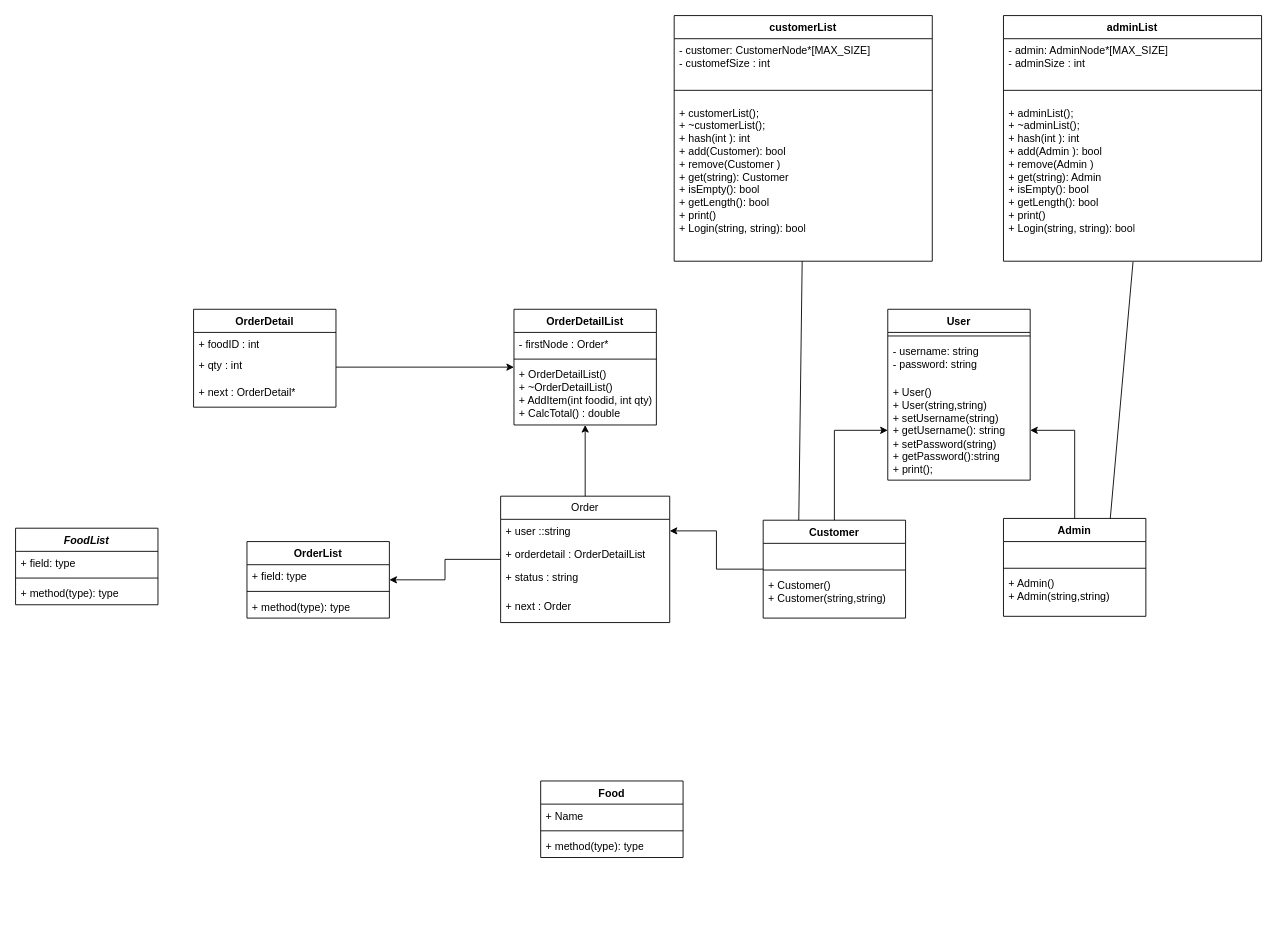
The draw.io diagram Assginment.drawio in a1dss/DSA_Assignment, before the edit. Source tidied: cells renumbered, new cells numbered last; positions are measured from the earlier drawing's top-left corner, leaving out a move shared by most shapes. Both pictures are drawn from the tidied source at 89%, with x=0, y=0 at pixel (15, 15).
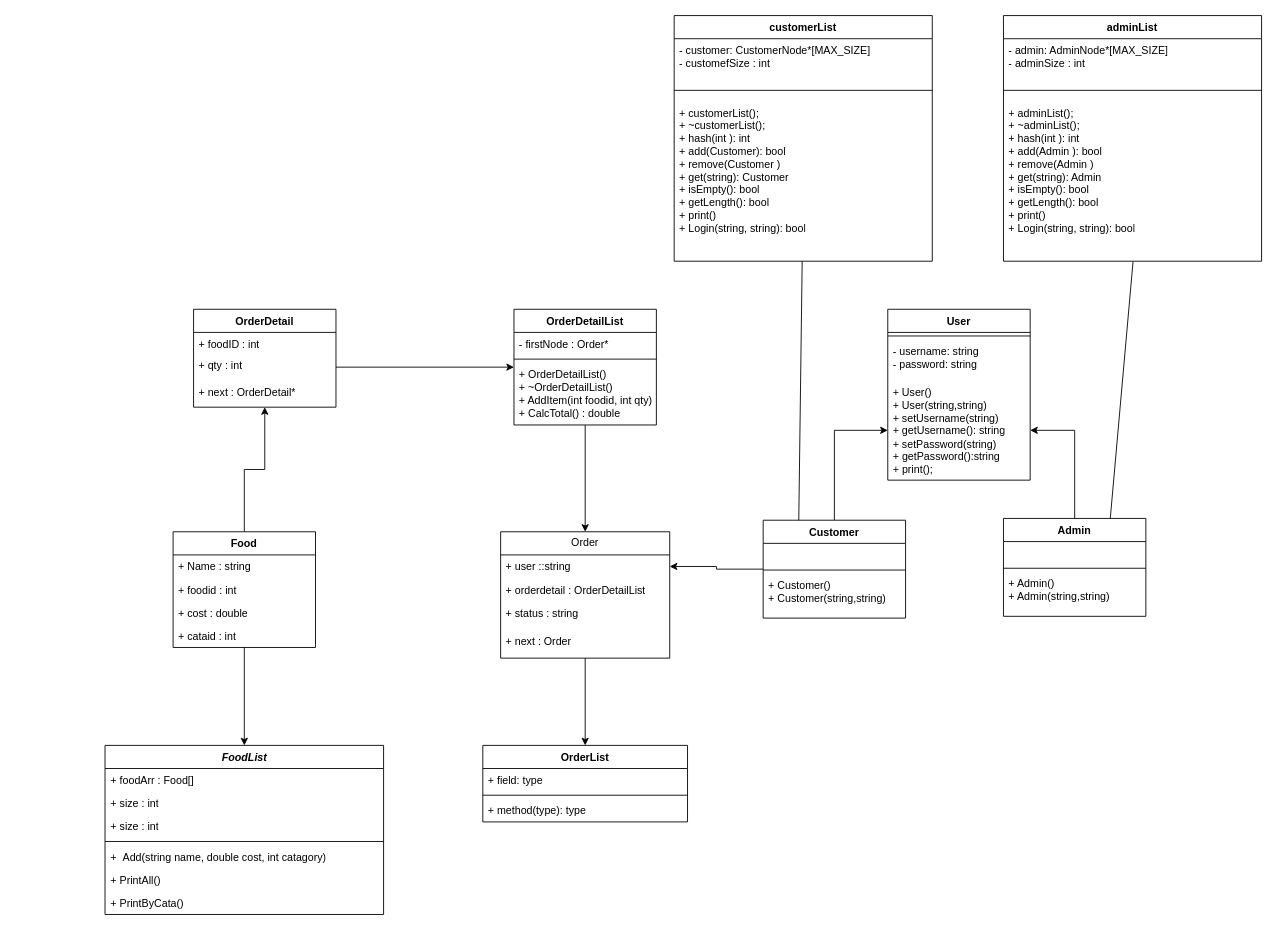
The same diagram, later.

The change refers to these unchanged cells:
```xml
<mxCell id="25" value="OrderDetailList" style="swimlane;fontStyle=1;align=center;verticalAlign=top;horizontal=1;startSize=26;whiteSpace=wrap;html=1;" parent="1" vertex="1">
  <mxGeometry x="560" y="330" width="160" height="130" as="geometry" />
</mxCell>
<mxCell id="37" value="OrderDetail" style="swimlane;fontStyle=1;align=center;verticalAlign=top;horizontal=1;startSize=26;whiteSpace=wrap;html=1;" parent="1" vertex="1">
  <mxGeometry x="200" y="330" width="160" height="110" as="geometry" />
</mxCell>
```

What changed in the source:
```diff
@@
+    <mxCell id="55" style="edgeStyle=orthogonalEdgeStyle;rounded=0;jettySize=auto;html=1;entryX=0.5;entryY=0;entryDx=0;entryDy=0;" parent="1" edge="1" source="25" target="50">
+      <mxGeometry relative="1" as="geometry" />
+    </mxCell>
@@
     <mxCell id="29" value="&lt;i&gt;FoodList&lt;/i&gt;" style="swimlane;fontStyle=1;align=center;verticalAlign=top;horizontal=1;startSize=26;whiteSpace=wrap;html=1;" parent="1" vertex="1">
-      <mxGeometry y="576" width="160" height="86" as="geometry" />
+      <mxGeometry x="100.5" y="820" width="313" height="190" as="geometry" />
     </mxCell>
-    <mxCell id="30" value="+ field: type" style="text;strokeColor=none;fillColor=none;align=left;verticalAlign=top;spacingLeft=4;spacingRight=4;overflow=hidden;whiteSpace=wrap;html=1;" parent="29" vertex="1">
-      <mxGeometry y="26" width="160" height="26" as="geometry" />
+    <mxCell id="30" value="+ foodArr : Food[]&lt;br&gt;" style="text;strokeColor=none;fillColor=none;align=left;verticalAlign=top;spacingLeft=4;spacingRight=4;overflow=hidden;whiteSpace=wrap;html=1;" parent="29" vertex="1">
+      <mxGeometry y="26" width="313" height="26" as="geometry" />
     </mxCell>
+    <mxCell id="56" value="+ size : int" style="text;strokeColor=none;fillColor=none;align=left;verticalAlign=top;spacingLeft=4;spacingRight=4;overflow=hidden;whiteSpace=wrap;html=1;" parent="29" vertex="1">
+      <mxGeometry y="52" width="313" height="26" as="geometry" />
+    </mxCell>
+    <mxCell id="57" value="+ size : int" style="text;strokeColor=none;fillColor=none;align=left;verticalAlign=top;spacingLeft=4;spacingRight=4;overflow=hidden;whiteSpace=wrap;html=1;" parent="29" vertex="1">
+      <mxGeometry y="78" width="313" height="26" as="geometry" />
+    </mxCell>
     <mxCell id="31" style="line;strokeWidth=1;fillColor=none;align=left;verticalAlign=middle;spacingTop=-1;spacingLeft=3;spacingRight=3;labelPosition=right;strokeColor=inherit;" parent="29" vertex="1">
-      <mxGeometry y="52" width="160" height="8" as="geometry" />
+      <mxGeometry y="104" width="313" height="8" as="geometry" />
     </mxCell>
-    <mxCell id="32" value="+ method(type): type" style="text;strokeColor=none;fillColor=none;align=left;verticalAlign=top;spacingLeft=4;spacingRight=4;overflow=hidden;whiteSpace=wrap;html=1;" parent="29" vertex="1">
-      <mxGeometry y="60" width="160" height="26" as="geometry" />
+    <mxCell id="32" value="+&amp;nbsp;&amp;nbsp;Add(string name, double cost, int catagory)" style="text;strokeColor=none;fillColor=none;align=left;verticalAlign=top;spacingLeft=4;spacingRight=4;overflow=hidden;whiteSpace=wrap;html=1;" parent="29" vertex="1">
+      <mxGeometry y="112" width="313" height="26" as="geometry" />
     </mxCell>
+    <mxCell id="58" value="+ PrintAll()" style="text;strokeColor=none;fillColor=none;align=left;verticalAlign=top;spacingLeft=4;spacingRight=4;overflow=hidden;whiteSpace=wrap;html=1;" parent="29" vertex="1">
+      <mxGeometry y="138" width="313" height="26" as="geometry" />
+    </mxCell>
+    <mxCell id="59" value="+ PrintByCata()" style="text;strokeColor=none;fillColor=none;align=left;verticalAlign=top;spacingLeft=4;spacingRight=4;overflow=hidden;whiteSpace=wrap;html=1;" parent="29" vertex="1">
+      <mxGeometry y="164" width="313" height="26" as="geometry" />
+    </mxCell>
+    <mxCell id="60" style="edgeStyle=orthogonalEdgeStyle;rounded=0;jettySize=auto;html=1;" parent="1" edge="1" source="33" target="29">
+      <mxGeometry relative="1" as="geometry" />
+    </mxCell>
+    <mxCell id="61" style="edgeStyle=orthogonalEdgeStyle;rounded=0;jettySize=auto;html=1;" parent="1" edge="1" source="33" target="37">
+      <mxGeometry relative="1" as="geometry" />
+    </mxCell>
     <mxCell id="33" value="Food" style="swimlane;fontStyle=1;align=center;verticalAlign=top;horizontal=1;startSize=26;whiteSpace=wrap;html=1;" parent="1" vertex="1">
-      <mxGeometry x="590" y="860" width="160" height="86" as="geometry" />
+      <mxGeometry x="177" y="580" width="160" height="130" as="geometry" />
     </mxCell>
-    <mxCell id="34" value="+ Name" style="text;strokeColor=none;fillColor=none;align=left;verticalAlign=top;spacingLeft=4;spacingRight=4;overflow=hidden;whiteSpace=wrap;html=1;" parent="33" vertex="1">
+    <mxCell id="34" value="+ Name : string" style="text;strokeColor=none;fillColor=none;align=left;verticalAlign=top;spacingLeft=4;spacingRight=4;overflow=hidden;whiteSpace=wrap;html=1;" parent="33" vertex="1">
       <mxGeometry y="26" width="160" height="26" as="geometry" />
     </mxCell>
-    <mxCell id="35" style="line;strokeWidth=1;fillColor=none;align=left;verticalAlign=middle;spacingTop=-1;spacingLeft=3;spacingRight=3;labelPosition=right;strokeColor=inherit;" parent="33" vertex="1">
-      <mxGeometry y="52" width="160" height="8" as="geometry" />
-    </mxCell>
-    <mxCell id="36" value="+ method(type): type" style="text;strokeColor=none;fillColor=none;align=left;verticalAlign=top;spacingLeft=4;spacingRight=4;overflow=hidden;whiteSpace=wrap;html=1;" parent="33" vertex="1">
-      <mxGeometry y="60" width="160" height="26" as="geometry" />
-    </mxCell>
+    <mxCell id="62" value="+ foodid : int" style="text;strokeColor=none;fillColor=none;align=left;verticalAlign=top;spacingLeft=4;spacingRight=4;overflow=hidden;whiteSpace=wrap;html=1;" parent="33" vertex="1">
+      <mxGeometry y="52" width="160" height="26" as="geometry" />
+    </mxCell>
+    <mxCell id="63" value="+ cost : double" style="text;strokeColor=none;fillColor=none;align=left;verticalAlign=top;spacingLeft=4;spacingRight=4;overflow=hidden;whiteSpace=wrap;html=1;" parent="33" vertex="1">
+      <mxGeometry y="78" width="160" height="26" as="geometry" />
+    </mxCell>
+    <mxCell id="64" value="+ cataid : int" style="text;strokeColor=none;fillColor=none;align=left;verticalAlign=top;spacingLeft=4;spacingRight=4;overflow=hidden;whiteSpace=wrap;html=1;" parent="33" vertex="1">
+      <mxGeometry y="104" width="160" height="26" as="geometry" />
+    </mxCell>
@@
     <mxCell id="43" value="OrderList" style="swimlane;fontStyle=1;align=center;verticalAlign=top;horizontal=1;startSize=26;whiteSpace=wrap;html=1;" parent="1" vertex="1">
-      <mxGeometry x="260" y="591" width="160" height="86" as="geometry" />
+      <mxGeometry x="525" y="820" width="230" height="86" as="geometry" />
     </mxCell>
     <mxCell id="44" value="+ field: type" style="text;strokeColor=none;fillColor=none;align=left;verticalAlign=top;spacingLeft=4;spacingRight=4;overflow=hidden;whiteSpace=wrap;html=1;" parent="43" vertex="1">
-      <mxGeometry y="26" width="160" height="26" as="geometry" />
+      <mxGeometry y="26" width="230" height="26" as="geometry" />
     </mxCell>
     <mxCell id="45" style="line;strokeWidth=1;fillColor=none;align=left;verticalAlign=middle;spacingTop=-1;spacingLeft=3;spacingRight=3;labelPosition=right;strokeColor=inherit;" parent="43" vertex="1">
-      <mxGeometry y="52" width="160" height="8" as="geometry" />
+      <mxGeometry y="52" width="230" height="8" as="geometry" />
     </mxCell>
     <mxCell id="46" value="+ method(type): type" style="text;strokeColor=none;fillColor=none;align=left;verticalAlign=top;spacingLeft=4;spacingRight=4;overflow=hidden;whiteSpace=wrap;html=1;" parent="43" vertex="1">
-      <mxGeometry y="60" width="160" height="26" as="geometry" />
+      <mxGeometry y="60" width="230" height="26" as="geometry" />
     </mxCell>
@@
-    <mxCell id="49" style="edgeStyle=orthogonalEdgeStyle;rounded=0;jettySize=auto;html=1;" parent="1" edge="1" source="50" target="25">
-      <mxGeometry relative="1" as="geometry" />
-    </mxCell>
     <mxCell id="50" value="Order" style="swimlane;fontStyle=0;horizontal=1;startSize=26;fillColor=none;whiteSpace=wrap;html=1;" parent="1" vertex="1">
-      <mxGeometry x="545" y="540" width="190" height="142" as="geometry" />
+      <mxGeometry x="545" y="580" width="190" height="142" as="geometry" />
     </mxCell>
```
